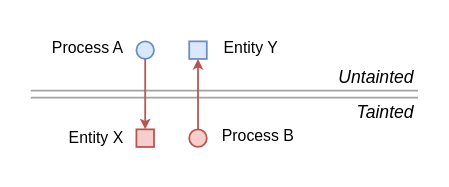
Above: figures/drawio/CitadelTaint.drawio in bellthomas/part3-dissertation (draw.io), before the change. Source tidied: cells renumbered, new cells numbered last; positions are measured from the earlier drawing's top-left corner, leaving out a move shared by most shapes. Both pictures are drawn from the tidied source at 176%, with x=0, y=0 at pixel (30, 30).
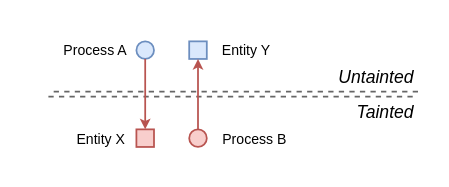
The same page after the edit.

What changed in the source:
```diff
@@
 <mxGraphModel>
   <root>
     <mxCell id="0" />
     <mxCell id="1" parent="0" />
     <mxCell id="2" style="ellipse;whiteSpace=wrap;html=1;fillColor=#f8cecc;strokeColor=#b85450;" parent="1" vertex="1">
       <mxGeometry x="90" y="56" width="10" height="10" as="geometry" />
     </mxCell>
-    <mxCell id="3" style="shape=link;html=1;fillColor=#f5f5f5;strokeColor=#666666;opacity=60;" parent="1" edge="1">
+    <mxCell id="3" style="shape=link;html=1;opacity=60;width=-2.8;comic=0;shadow=0;dashed=1;" parent="1" edge="1">
       <mxGeometry relative="1" as="geometry">
-        <mxPoint y="36" as="sourcePoint" />
+        <mxPoint x="10" y="36" as="sourcePoint" />
         <mxPoint x="220" y="36" as="targetPoint" />
       </mxGeometry>
     </mxCell>
     <mxCell id="4" style="whiteSpace=wrap;html=1;fillColor=#f8cecc;strokeColor=#b85450;" parent="1" vertex="1">
       <mxGeometry x="60" y="56" width="10" height="10" as="geometry" />
     </mxCell>
     <mxCell id="5" style="ellipse;whiteSpace=wrap;html=1;fillColor=#dae8fc;strokeColor=#6c8ebf;" parent="1" vertex="1">
       <mxGeometry x="60" y="6" width="10" height="10" as="geometry" />
     </mxCell>
     <mxCell id="6" style="whiteSpace=wrap;html=1;fillColor=#dae8fc;strokeColor=#6c8ebf;" parent="1" vertex="1">
       <mxGeometry x="90" y="6" width="10" height="10" as="geometry" />
     </mxCell>
     <mxCell id="7" style="endArrow=classic;html=1;exitX=0.5;exitY=0;exitDx=0;exitDy=0;entryX=0.5;entryY=1;entryDx=0;entryDy=0;endSize=3;fillColor=#f8cecc;strokeColor=#b85450;" parent="1" edge="1" source="2" target="6">
       <mxGeometry relative="1" as="geometry" />
     </mxCell>
     <mxCell id="8" style="endArrow=classic;html=1;exitX=0.5;exitY=1;exitDx=0;exitDy=0;entryX=0.5;entryY=0;entryDx=0;entryDy=0;fillColor=#f8cecc;strokeColor=#b85450;endSize=3;" parent="1" edge="1" source="5" target="4">
       <mxGeometry relative="1" as="geometry" />
     </mxCell>
-    <mxCell id="9" value="Process A" style="text;html=1;strokeColor=none;fillColor=none;align=right;verticalAlign=middle;whiteSpace=wrap;rounded=0;fontFamily=CMU Typewriter Text;fontSize=9;" parent="1" vertex="1">
-      <mxGeometry x="10" width="45" height="20" as="geometry" />
+    <mxCell id="9" value="Process A" style="text;html=1;strokeColor=none;fillColor=none;align=right;verticalAlign=middle;whiteSpace=wrap;rounded=0;fontFamily=CMU Typewriter Text;fontSize=8;" parent="1" vertex="1">
+      <mxGeometry x="12" y="1" width="45" height="20" as="geometry" />
     </mxCell>
-    <mxCell id="10" value="Process B" style="text;html=1;strokeColor=none;fillColor=none;align=center;verticalAlign=middle;whiteSpace=wrap;rounded=0;fontFamily=CMU Typewriter Text;fontSize=9;" parent="1" vertex="1">
-      <mxGeometry x="107" y="50" width="45" height="20" as="geometry" />
+    <mxCell id="10" value="Process B" style="text;html=1;strokeColor=none;fillColor=none;align=center;verticalAlign=middle;whiteSpace=wrap;rounded=0;fontFamily=CMU Typewriter Text;fontSize=8;" parent="1" vertex="1">
+      <mxGeometry x="105" y="52" width="45" height="20" as="geometry" />
     </mxCell>
-    <mxCell id="11" value="Entity X" style="text;html=1;strokeColor=none;fillColor=none;align=right;verticalAlign=middle;whiteSpace=wrap;rounded=0;fontFamily=CMU Typewriter Text;fontSize=9;spacingBottom=1;" parent="1" vertex="1">
-      <mxGeometry x="10" y="51" width="45" height="20" as="geometry" />
+    <mxCell id="11" value="Entity X" style="text;html=1;strokeColor=none;fillColor=none;align=right;verticalAlign=middle;whiteSpace=wrap;rounded=0;fontFamily=CMU Typewriter Text;fontSize=8;spacingBottom=1;" parent="1" vertex="1">
+      <mxGeometry x="11" y="52" width="45" height="20" as="geometry" />
     </mxCell>
-    <mxCell id="12" value="Entity Y" style="text;html=1;strokeColor=none;fillColor=none;align=left;verticalAlign=middle;whiteSpace=wrap;rounded=0;fontFamily=CMU Typewriter Text;fontSize=9;" parent="1" vertex="1">
-      <mxGeometry x="108" width="45" height="20" as="geometry" />
+    <mxCell id="12" value="Entity Y" style="text;html=1;strokeColor=none;fillColor=none;align=left;verticalAlign=middle;whiteSpace=wrap;rounded=0;fontFamily=CMU Typewriter Text;fontSize=8;" parent="1" vertex="1">
+      <mxGeometry x="107" y="1" width="45" height="20" as="geometry" />
     </mxCell>
     <mxCell id="13" value="Tainted" style="text;html=1;strokeColor=none;fillColor=none;align=right;verticalAlign=middle;whiteSpace=wrap;rounded=0;fontFamily=Linux Libertine O;fontSize=10;fontStyle=2;" parent="1" vertex="1">
       <mxGeometry x="180" y="36" width="40" height="20" as="geometry" />
     </mxCell>
     <mxCell id="14" value="Untainted" style="text;html=1;strokeColor=none;fillColor=none;align=right;verticalAlign=middle;whiteSpace=wrap;rounded=0;fontFamily=Linux Libertine O;fontSize=10;fontStyle=2;" parent="1" vertex="1">
       <mxGeometry x="180" y="16" width="40" height="20" as="geometry" />
     </mxCell>
   </root>
 </mxGraphModel>
```
